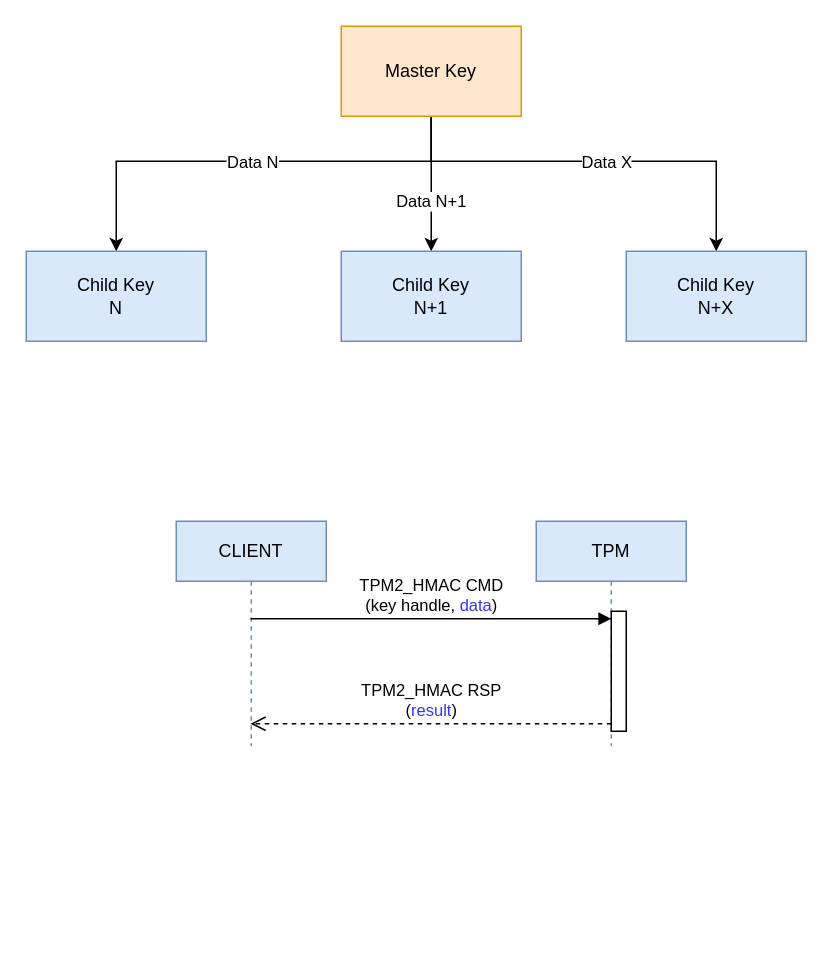
Earlier version of the draw.io diagram page "06-pill" (5 of 7) of assets/drawio/tpm-pills.drawio (loicsikidi/tpm-pills). Source tidied: cells renumbered, new cells numbered last; positions are measured from the earlier drawing's top-left corner, leaving out a move shared by most shapes. Both pictures are drawn from the tidied source at 150%, with x=0, y=0 at pixel (26, 26).
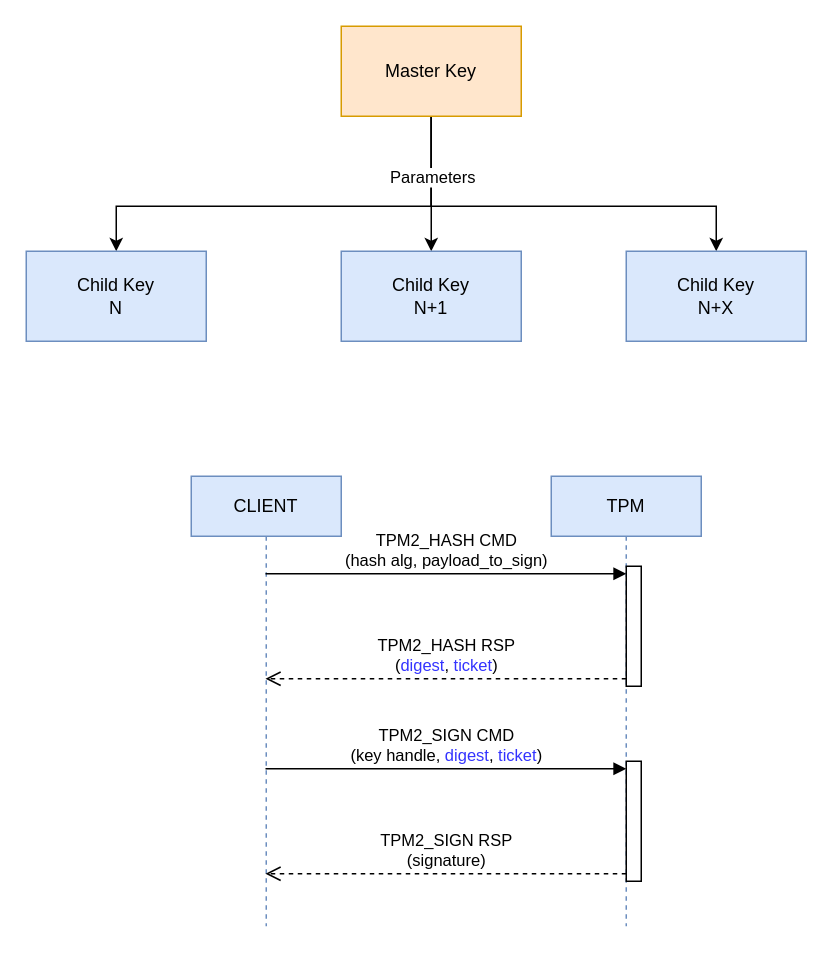
After the change.

Unchanged cells that the change refers to:
```xml
<mxCell id="3" style="edgeStyle=orthogonalEdgeStyle;rounded=0;jettySize=auto;html=1;entryX=0.5;entryY=0;entryDx=0;entryDy=0;" parent="1" edge="1" source="8" target="10">
  <mxGeometry relative="1" as="geometry" />
</mxCell>
<mxCell id="8" value="Master Key" style="rounded=0;whiteSpace=wrap;html=1;fillColor=#ffe6cc;strokeColor=#d79b00;" parent="1" vertex="1">
  <mxGeometry x="210" width="120" height="60" as="geometry" />
</mxCell>
<mxCell id="9" value="Child Key&lt;div&gt;N&lt;/div&gt;" style="rounded=0;whiteSpace=wrap;html=1;fillColor=#dae8fc;strokeColor=#6c8ebf;" parent="1" vertex="1">
  <mxGeometry y="150" width="120" height="60" as="geometry" />
</mxCell>
<mxCell id="11" value="Child Key&lt;div&gt;N+X&lt;/div&gt;" style="rounded=0;whiteSpace=wrap;html=1;fillColor=#dae8fc;strokeColor=#6c8ebf;" parent="1" vertex="1">
  <mxGeometry x="400" y="150" width="120" height="60" as="geometry" />
</mxCell>
<mxCell id="14" style="html=1;points=[[0,0,0,0,5],[0,1,0,0,-5],[1,0,0,0,5],[1,1,0,0,-5]];perimeter=orthogonalPerimeter;outlineConnect=0;targetShapes=umlLifeline;portConstraint=eastwest;newEdgeStyle={&quot;curved&quot;:0,&quot;rounded&quot;:0};" parent="13" vertex="1">
  <mxGeometry x="50" y="60" width="10" height="80" as="geometry" />
</mxCell>
```

What changed in the source:
```diff
@@
     <mxCell id="2" style="edgeStyle=orthogonalEdgeStyle;rounded=0;jettySize=auto;html=1;" parent="1" edge="1" source="8" target="9">
       <mxGeometry relative="1" as="geometry">
         <Array as="points">
-          <mxPoint x="270" y="90" />
-          <mxPoint x="60" y="90" />
+          <mxPoint x="270" y="120" />
+          <mxPoint x="60" y="120" />
         </Array>
       </mxGeometry>
     </mxCell>
@@
-    <mxCell id="4" value="Data N+1" style="edgeLabel;html=1;align=center;verticalAlign=middle;" parent="3" vertex="1">
-      <mxGeometry x="0.24" y="-1" relative="1" as="geometry" />
-    </mxCell>
     <mxCell id="5" style="edgeStyle=orthogonalEdgeStyle;rounded=0;jettySize=auto;html=1;entryX=0.5;entryY=0;entryDx=0;entryDy=0;" parent="1" edge="1" source="8" target="11">
       <mxGeometry relative="1" as="geometry">
         <Array as="points">
-          <mxPoint x="270" y="90" />
-          <mxPoint x="460" y="90" />
+          <mxPoint x="270" y="120" />
+          <mxPoint x="460" y="120" />
         </Array>
       </mxGeometry>
     </mxCell>
-    <mxCell id="6" value="Data N" style="edgeLabel;html=1;align=center;verticalAlign=middle;" parent="5" vertex="1">
+    <mxCell id="6" value="Parameters" style="edgeLabel;html=1;align=center;verticalAlign=middle;" parent="5" vertex="1">
       <mxGeometry x="-0.81" y="1" relative="1" as="geometry">
-        <mxPoint x="-121" y="3" as="offset" />
+        <mxPoint x="-1" y="13" as="offset" />
       </mxGeometry>
     </mxCell>
-    <mxCell id="7" value="Data X" style="edgeLabel;html=1;align=center;verticalAlign=middle;" parent="5" vertex="1">
-      <mxGeometry x="0.04" y="-2" relative="1" as="geometry">
-        <mxPoint y="-2" as="offset" />
-      </mxGeometry>
-    </mxCell>
@@
     <mxCell id="12" value="CLIENT" style="shape=umlLifeline;perimeter=lifelinePerimeter;whiteSpace=wrap;html=1;outlineConnect=0;portConstraint=eastwest;newEdgeStyle={&quot;curved&quot;:0,&quot;rounded&quot;:0};fillColor=#dae8fc;strokeColor=#6c8ebf;" parent="1" vertex="1">
-      <mxGeometry x="100" y="330" width="100" height="150" as="geometry" />
+      <mxGeometry x="110" y="300" width="100" height="300" as="geometry" />
     </mxCell>
     <mxCell id="13" value="TPM" style="shape=umlLifeline;perimeter=lifelinePerimeter;whiteSpace=wrap;html=1;newEdgeStyle={&quot;curved&quot;:0,&quot;rounded&quot;:0};fillColor=#dae8fc;strokeColor=#6c8ebf;" parent="1" vertex="1">
-      <mxGeometry x="340" y="330" width="100" height="150" as="geometry" />
+      <mxGeometry x="350" y="300" width="100" height="300" as="geometry" />
     </mxCell>
@@
+    <mxCell id="17" style="html=1;points=[[0,0,0,0,5],[0,1,0,0,-5],[1,0,0,0,5],[1,1,0,0,-5]];perimeter=orthogonalPerimeter;outlineConnect=0;targetShapes=umlLifeline;portConstraint=eastwest;newEdgeStyle={&quot;curved&quot;:0,&quot;rounded&quot;:0};" parent="13" vertex="1">
+      <mxGeometry x="50" y="190" width="10" height="80" as="geometry" />
+    </mxCell>
-    <mxCell id="15" value="TPM2_HMAC CMD&lt;div&gt;(key handle,&amp;nbsp;&lt;span style=&quot;color: rgb(51, 51, 255); background-color: light-dark(#ffffff, var(--ge-dark-color, #121212));&quot;&gt;data&lt;/span&gt;&lt;span style=&quot;background-color: light-dark(#ffffff, var(--ge-dark-color, #121212)); color: light-dark(rgb(0, 0, 0), rgb(255, 255, 255));&quot;&gt;)&lt;/span&gt;&lt;/div&gt;" style="html=1;verticalAlign=bottom;endArrow=block;curved=0;rounded=0;entryX=0;entryY=0;entryDx=0;entryDy=5;" parent="1" edge="1" source="12" target="14">
+    <mxCell id="15" value="TPM2_HASH CMD&lt;div&gt;(hash alg, payload_to_sign)&lt;/div&gt;" style="html=1;verticalAlign=bottom;endArrow=block;curved=0;rounded=0;entryX=0;entryY=0;entryDx=0;entryDy=5;" parent="1" edge="1" source="12" target="14">
       <mxGeometry relative="1" as="geometry" />
     </mxCell>
-    <mxCell id="16" value="TPM2_HMAC RSP&lt;div&gt;(&lt;font color=&quot;#3333ff&quot;&gt;result&lt;/font&gt;)&lt;/div&gt;" style="html=1;verticalAlign=bottom;endArrow=open;dashed=1;endSize=8;curved=0;rounded=0;exitX=0;exitY=1;exitDx=0;exitDy=-5;" parent="1" edge="1" source="14" target="12">
+    <mxCell id="16" value="TPM2_HASH RSP&lt;div&gt;(&lt;font style=&quot;color: rgb(51, 51, 255);&quot;&gt;digest&lt;/font&gt;, &lt;font style=&quot;color: rgb(51, 51, 255);&quot;&gt;ticket&lt;/font&gt;)&lt;/div&gt;" style="html=1;verticalAlign=bottom;endArrow=open;dashed=1;endSize=8;curved=0;rounded=0;exitX=0;exitY=1;exitDx=0;exitDy=-5;" parent="1" edge="1" source="14" target="12">
       <mxGeometry relative="1" as="geometry" />
     </mxCell>
+    <mxCell id="18" value="TPM2_SIGN CMD&lt;div&gt;(key handle, &lt;font style=&quot;color: rgb(51, 51, 255);&quot;&gt;digest&lt;/font&gt;, &lt;font style=&quot;color: rgb(51, 51, 255);&quot;&gt;ticket&lt;/font&gt;)&lt;/div&gt;" style="html=1;verticalAlign=bottom;endArrow=block;curved=0;rounded=0;entryX=0;entryY=0;entryDx=0;entryDy=5;" parent="1" edge="1" source="12" target="17">
+      <mxGeometry relative="1" as="geometry" />
+    </mxCell>
+    <mxCell id="19" value="TPM2_SIGN RSP&lt;div&gt;(signature)&lt;/div&gt;" style="html=1;verticalAlign=bottom;endArrow=open;dashed=1;endSize=8;curved=0;rounded=0;exitX=0;exitY=1;exitDx=0;exitDy=-5;" parent="1" edge="1" source="17" target="12">
+      <mxGeometry relative="1" as="geometry" />
+    </mxCell>
```
